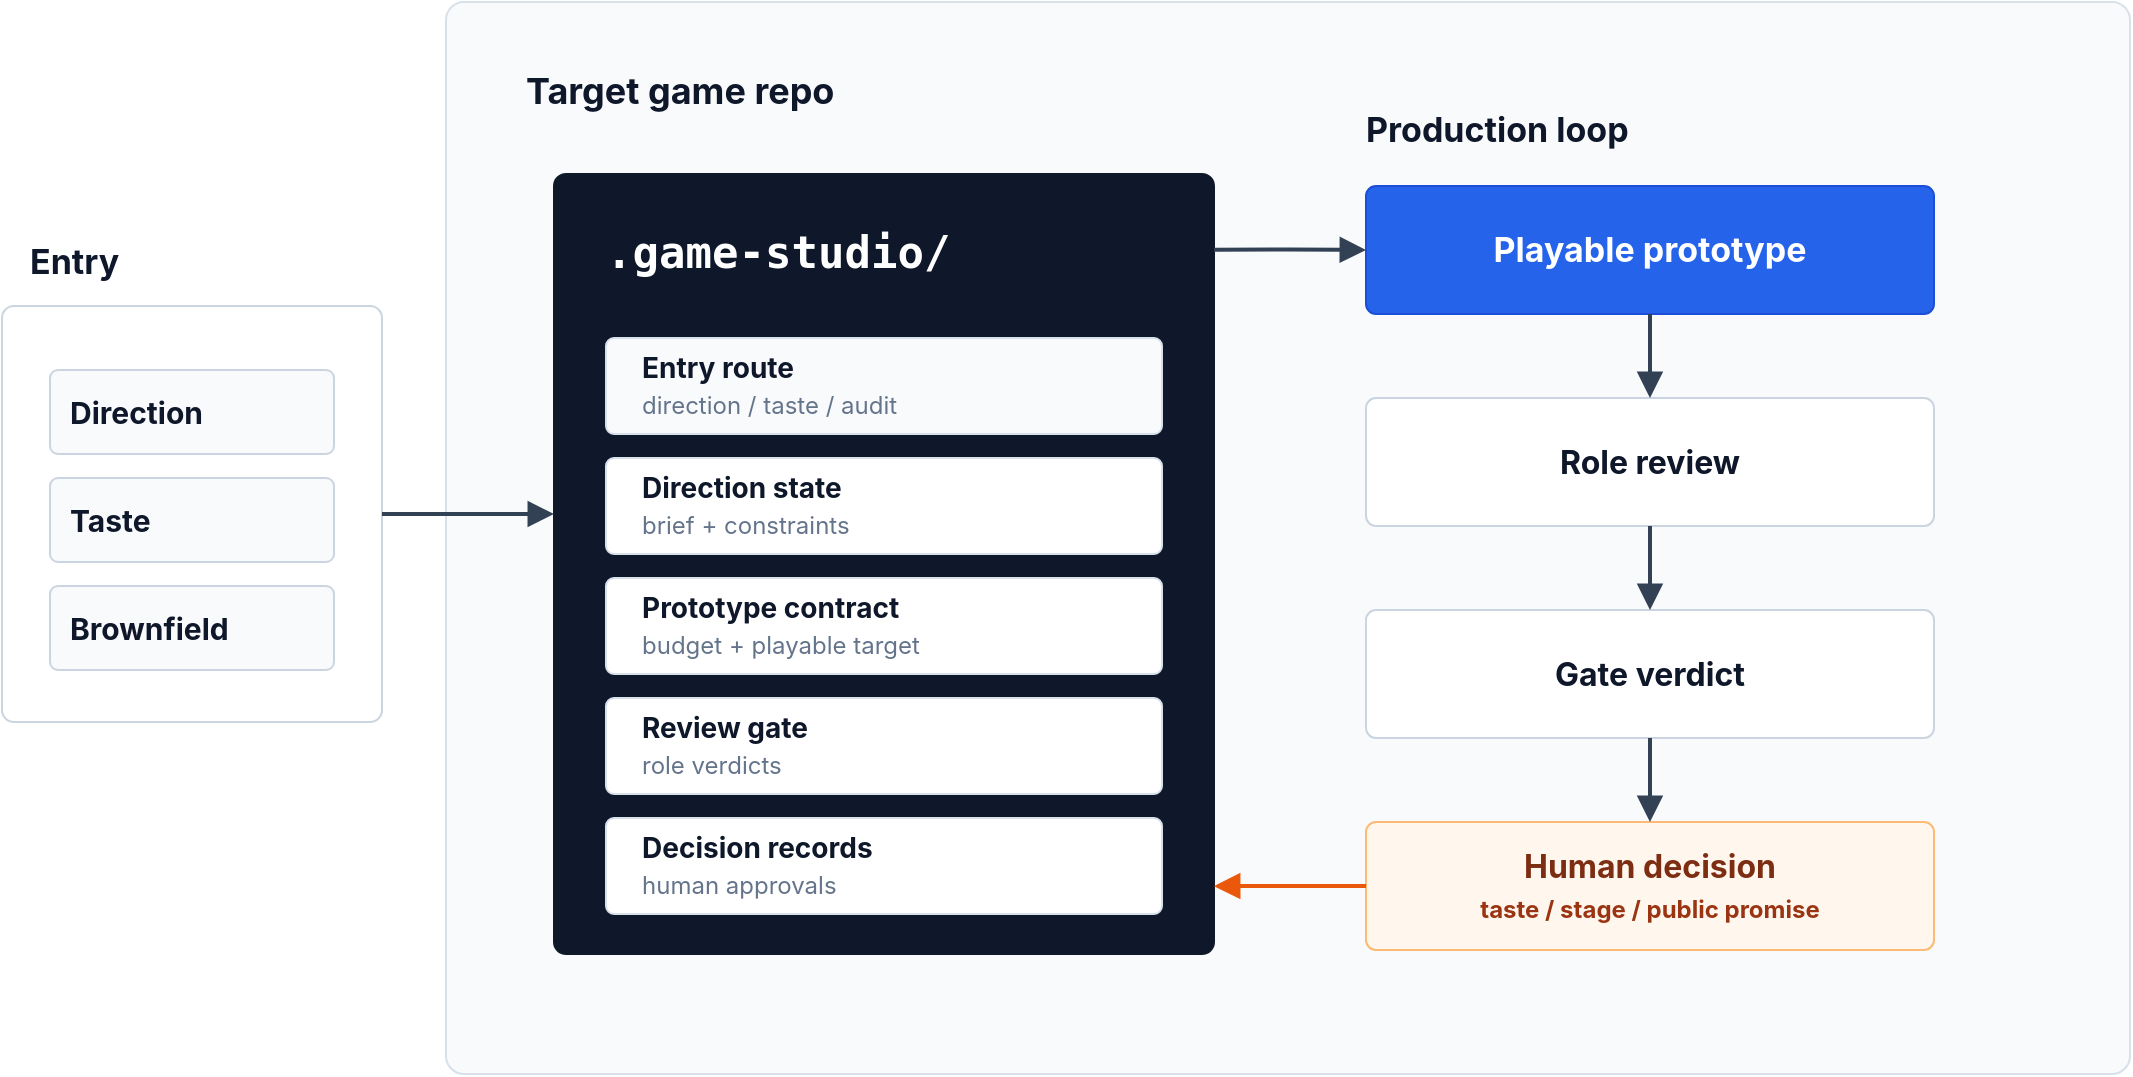
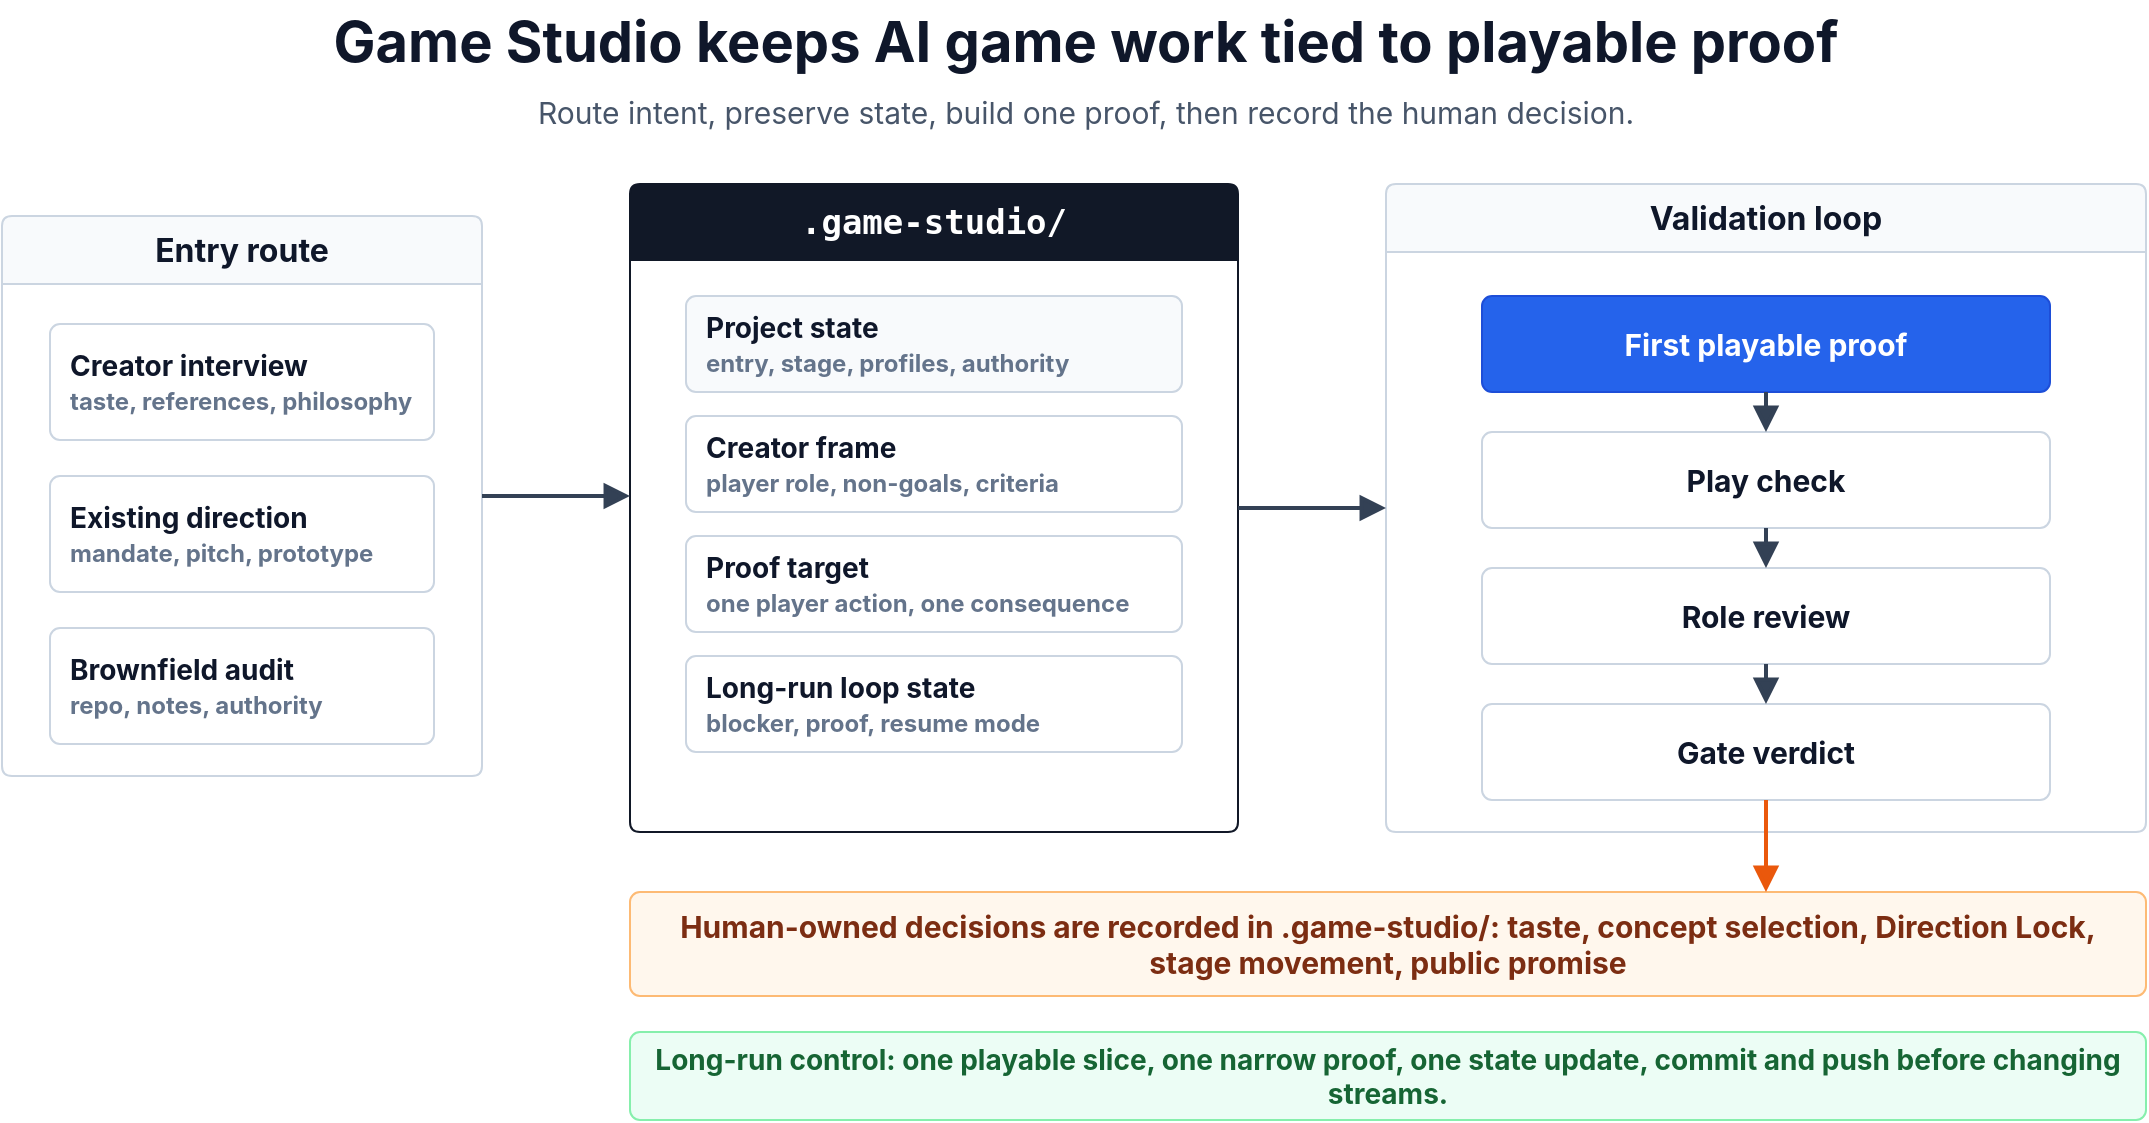
- <mxfile host="app.diagrams.net" modified="2026-05-06T00:00:00.000Z" agent="Codex" version="24.7.17" type="device">
+ <mxfile host="app.diagrams.net" modified="2026-05-18T00:00:00.000Z" agent="Codex" version="24.7.17" type="device">
  <diagram id="readme-game-studio-map" name="README game studio map">
-     <mxGraphModel dx="1200" dy="640" grid="1" gridSize="10" guides="1" tooltips="1" connect="1" arrows="1" fold="1" page="1" pageScale="1" pageWidth="1200" pageHeight="640" background="#FFFFFF" math="0" shadow="0" adaptiveColors="auto">
+     <mxGraphModel dx="1200" dy="620" grid="1" gridSize="10" guides="1" tooltips="1" connect="1" arrows="1" fold="1" page="1" pageScale="1" pageWidth="1200" pageHeight="620" background="#FFFFFF" math="0" shadow="0" adaptiveColors="auto">
      <root>
        <mxCell id="0" />
        <mxCell id="1" parent="0" />
-         <mxCell id="repo-boundary" value="" style="rounded=1;absoluteArcSize=1;arcSize=18;whiteSpace=wrap;html=1;fillColor=#F8FAFC;strokeColor=#D8E0EA;container=1;pointerEvents=0;" vertex="1" parent="1">
-           <mxGeometry x="286" y="58" width="842" height="536" as="geometry" />
+         <mxCell id="title" value="Game Studio keeps AI game work tied to playable proof" style="text;fontFamily=Inter,SF Pro Display,-apple-system,system-ui,Segoe UI,Roboto;strokeColor=none;fillColor=none;align=center;verticalAlign=middle;whiteSpace=wrap;fontSize=28;fontStyle=1;fontColor=#0F172A;spacing=0;html=1;" vertex="1" parent="1">
+           <mxGeometry x="200" y="28" width="800" height="42" as="geometry" />
        </mxCell>
-         <mxCell id="repo-label" value="Target game repo" style="text;fontFamily=Inter,SF Pro Display,-apple-system,system-ui,Segoe UI,Roboto;strokeColor=none;fillColor=none;align=left;verticalAlign=middle;whiteSpace=wrap;rounded=0;fontSize=18;fontStyle=1;fontColor=#0F172A;spacing=0;html=1;" vertex="1" parent="1">
-           <mxGeometry x="326" y="88" width="220" height="28" as="geometry" />
+         <mxCell id="subtitle" value="Route intent, preserve state, build one proof, then record the human decision." style="text;fontFamily=Inter,SF Pro Display,-apple-system,system-ui,Segoe UI,Roboto;strokeColor=none;fillColor=none;align=center;verticalAlign=middle;whiteSpace=wrap;fontSize=15;fontColor=#475569;spacing=0;html=1;" vertex="1" parent="1">
+           <mxGeometry x="270" y="72" width="660" height="24" as="geometry" />
        </mxCell>
-         <mxCell id="entry-label" value="Entry" style="text;fontFamily=Inter,SF Pro Display,-apple-system,system-ui,Segoe UI,Roboto;strokeColor=none;fillColor=none;align=left;verticalAlign=middle;whiteSpace=wrap;rounded=0;fontSize=17;fontStyle=1;fontColor=#0F172A;spacing=0;html=1;" vertex="1" parent="1">
-           <mxGeometry x="78" y="176" width="120" height="24" as="geometry" />
+         <mxCell id="entry-panel" value="Entry route" style="swimlane;startSize=34;rounded=1;absoluteArcSize=1;arcSize=10;whiteSpace=wrap;fontFamily=Inter,SF Pro Display,-apple-system,system-ui,Segoe UI,Roboto;fontSize=16;fontStyle=1;fontColor=#0F172A;fillColor=#F8FAFC;strokeColor=#CBD5E1;html=1;" vertex="1" parent="1">
+           <mxGeometry x="58" y="136" width="240" height="280" as="geometry" />
        </mxCell>
-         <mxCell id="entry-panel" value="" style="rounded=1;absoluteArcSize=1;arcSize=12;whiteSpace=wrap;html=1;fillColor=#FFFFFF;strokeColor=#CBD5E1;container=1;pointerEvents=0;" vertex="1" parent="1">
-           <mxGeometry x="64" y="210" width="190" height="208" as="geometry" />
+         <mxCell id="entry-interview" value="Creator interview&lt;br&gt;&lt;font style=&quot;font-size:12px;color:#64748B;&quot;&gt;taste, references, philosophy&lt;/font&gt;" style="rounded=1;absoluteArcSize=1;arcSize=10;whiteSpace=wrap;fontFamily=Inter,SF Pro Display,-apple-system,system-ui,Segoe UI,Roboto;spacing=10;fillColor=#FFFFFF;strokeColor=#CBD5E1;fontColor=#0F172A;fontSize=14;fontStyle=1;align=left;html=1;" vertex="1" parent="entry-panel">
+           <mxGeometry x="24" y="54" width="192" height="58" as="geometry" />
        </mxCell>
-         <mxCell id="entry-direction" value="Direction" style="rounded=1;absoluteArcSize=1;arcSize=8;whiteSpace=wrap;fontFamily=Inter,SF Pro Display,-apple-system,system-ui,Segoe UI,Roboto;spacing=10;fillColor=#F8FAFC;strokeColor=#CBD5E1;fontColor=#0F172A;fontSize=15;fontStyle=1;align=left;html=1;" vertex="1" parent="1">
-           <mxGeometry x="88" y="242" width="142" height="42" as="geometry" />
+         <mxCell id="entry-direction" value="Existing direction&lt;br&gt;&lt;font style=&quot;font-size:12px;color:#64748B;&quot;&gt;mandate, pitch, prototype&lt;/font&gt;" style="rounded=1;absoluteArcSize=1;arcSize=10;whiteSpace=wrap;fontFamily=Inter,SF Pro Display,-apple-system,system-ui,Segoe UI,Roboto;spacing=10;fillColor=#FFFFFF;strokeColor=#CBD5E1;fontColor=#0F172A;fontSize=14;fontStyle=1;align=left;html=1;" vertex="1" parent="entry-panel">
+           <mxGeometry x="24" y="130" width="192" height="58" as="geometry" />
        </mxCell>
-         <mxCell id="entry-taste" value="Taste" style="rounded=1;absoluteArcSize=1;arcSize=8;whiteSpace=wrap;fontFamily=Inter,SF Pro Display,-apple-system,system-ui,Segoe UI,Roboto;spacing=10;fillColor=#F8FAFC;strokeColor=#CBD5E1;fontColor=#0F172A;fontSize=15;fontStyle=1;align=left;html=1;" vertex="1" parent="1">
-           <mxGeometry x="88" y="296" width="142" height="42" as="geometry" />
+         <mxCell id="entry-brownfield" value="Brownfield audit&lt;br&gt;&lt;font style=&quot;font-size:12px;color:#64748B;&quot;&gt;repo, notes, authority&lt;/font&gt;" style="rounded=1;absoluteArcSize=1;arcSize=10;whiteSpace=wrap;fontFamily=Inter,SF Pro Display,-apple-system,system-ui,Segoe UI,Roboto;spacing=10;fillColor=#FFFFFF;strokeColor=#CBD5E1;fontColor=#0F172A;fontSize=14;fontStyle=1;align=left;html=1;" vertex="1" parent="entry-panel">
+           <mxGeometry x="24" y="206" width="192" height="58" as="geometry" />
        </mxCell>
-         <mxCell id="entry-brownfield" value="Brownfield" style="rounded=1;absoluteArcSize=1;arcSize=8;whiteSpace=wrap;fontFamily=Inter,SF Pro Display,-apple-system,system-ui,Segoe UI,Roboto;spacing=10;fillColor=#F8FAFC;strokeColor=#CBD5E1;fontColor=#0F172A;fontSize=15;fontStyle=1;align=left;html=1;" vertex="1" parent="1">
-           <mxGeometry x="88" y="350" width="142" height="42" as="geometry" />
+         <mxCell id="state-panel" value=".game-studio/" style="swimlane;startSize=38;rounded=1;absoluteArcSize=1;arcSize=10;whiteSpace=wrap;fontFamily=SF Mono,Menlo,Consolas,monospace;fontSize=17;fontStyle=1;fontColor=#FFFFFF;fillColor=#111827;strokeColor=#111827;spacing=10;html=1;" vertex="1" parent="1">
+           <mxGeometry x="372" y="120" width="304" height="324" as="geometry" />
        </mxCell>
-         <mxCell id="studio-state" value="" style="rounded=1;absoluteArcSize=1;arcSize=12;whiteSpace=wrap;html=1;fillColor=#0F172A;strokeColor=#111827;container=1;pointerEvents=0;" vertex="1" parent="1">
-           <mxGeometry x="340" y="144" width="330" height="390" as="geometry" />
+         <mxCell id="state-project" value="Project state&lt;br&gt;&lt;font style=&quot;font-size:12px;color:#64748B;&quot;&gt;entry, stage, profiles, authority&lt;/font&gt;" style="rounded=1;absoluteArcSize=1;arcSize=10;whiteSpace=wrap;fontFamily=Inter,SF Pro Display,-apple-system,system-ui,Segoe UI,Roboto;spacing=10;fillColor=#F8FAFC;strokeColor=#CBD5E1;fontColor=#0F172A;fontSize=14;fontStyle=1;align=left;html=1;" vertex="1" parent="state-panel">
+           <mxGeometry x="28" y="56" width="248" height="48" as="geometry" />
        </mxCell>
-         <mxCell id="studio-state-label" value=".game-studio/" style="text;fontFamily=SF Mono,Menlo,Consolas,monospace;strokeColor=none;fillColor=none;align=left;verticalAlign=middle;whiteSpace=wrap;rounded=0;fontSize=22;fontStyle=1;fontColor=#FFFFFF;spacing=0;html=1;" vertex="1" parent="1">
-           <mxGeometry x="366" y="170" width="240" height="28" as="geometry" />
+         <mxCell id="state-frame" value="Creator frame&lt;br&gt;&lt;font style=&quot;font-size:12px;color:#64748B;&quot;&gt;player role, non-goals, criteria&lt;/font&gt;" style="rounded=1;absoluteArcSize=1;arcSize=10;whiteSpace=wrap;fontFamily=Inter,SF Pro Display,-apple-system,system-ui,Segoe UI,Roboto;spacing=10;fillColor=#FFFFFF;strokeColor=#CBD5E1;fontColor=#0F172A;fontSize=14;fontStyle=1;align=left;html=1;" vertex="1" parent="state-panel">
+           <mxGeometry x="28" y="116" width="248" height="48" as="geometry" />
        </mxCell>
-         <mxCell id="row-entry" value="" style="rounded=1;absoluteArcSize=1;arcSize=8;whiteSpace=wrap;html=1;fillColor=#F8FAFC;strokeColor=#D8E0EA;container=1;pointerEvents=0;" vertex="1" parent="1">
-           <mxGeometry x="366" y="226" width="278" height="48" as="geometry" />
+         <mxCell id="state-proof" value="Proof target&lt;br&gt;&lt;font style=&quot;font-size:12px;color:#64748B;&quot;&gt;one player action, one consequence&lt;/font&gt;" style="rounded=1;absoluteArcSize=1;arcSize=10;whiteSpace=wrap;fontFamily=Inter,SF Pro Display,-apple-system,system-ui,Segoe UI,Roboto;spacing=10;fillColor=#FFFFFF;strokeColor=#CBD5E1;fontColor=#0F172A;fontSize=14;fontStyle=1;align=left;html=1;" vertex="1" parent="state-panel">
+           <mxGeometry x="28" y="176" width="248" height="48" as="geometry" />
        </mxCell>
-         <mxCell id="row-entry-title" value="Entry route" style="text;fontFamily=Inter,SF Pro Display,-apple-system,system-ui,Segoe UI,Roboto;strokeColor=none;fillColor=none;align=left;verticalAlign=middle;whiteSpace=wrap;fontSize=14;fontStyle=1;fontColor=#0F172A;spacing=0;html=1;" vertex="1" parent="1">
-           <mxGeometry x="384" y="232" width="160" height="18" as="geometry" />
+         <mxCell id="state-long-run" value="Long-run loop state&lt;br&gt;&lt;font style=&quot;font-size:12px;color:#64748B;&quot;&gt;blocker, proof, resume mode&lt;/font&gt;" style="rounded=1;absoluteArcSize=1;arcSize=10;whiteSpace=wrap;fontFamily=Inter,SF Pro Display,-apple-system,system-ui,Segoe UI,Roboto;spacing=10;fillColor=#FFFFFF;strokeColor=#CBD5E1;fontColor=#0F172A;fontSize=14;fontStyle=1;align=left;html=1;" vertex="1" parent="state-panel">
+           <mxGeometry x="28" y="236" width="248" height="48" as="geometry" />
        </mxCell>
-         <mxCell id="row-entry-copy" value="direction / taste / audit" style="text;fontFamily=Inter,SF Pro Display,-apple-system,system-ui,Segoe UI,Roboto;strokeColor=none;fillColor=none;align=left;verticalAlign=middle;whiteSpace=wrap;fontSize=12;fontColor=#64748B;spacing=0;html=1;" vertex="1" parent="1">
-           <mxGeometry x="384" y="252" width="220" height="16" as="geometry" />
+         <mxCell id="loop-panel" value="Validation loop" style="swimlane;startSize=34;rounded=1;absoluteArcSize=1;arcSize=10;whiteSpace=wrap;fontFamily=Inter,SF Pro Display,-apple-system,system-ui,Segoe UI,Roboto;fontSize=16;fontStyle=1;fontColor=#0F172A;fillColor=#F8FAFC;strokeColor=#CBD5E1;spacing=10;html=1;" vertex="1" parent="1">
+           <mxGeometry x="750" y="120" width="380" height="324" as="geometry" />
        </mxCell>
-         <mxCell id="row-direction" value="" style="rounded=1;absoluteArcSize=1;arcSize=8;whiteSpace=wrap;html=1;fillColor=#FFFFFF;strokeColor=#D8E0EA;container=1;pointerEvents=0;" vertex="1" parent="1">
-           <mxGeometry x="366" y="286" width="278" height="48" as="geometry" />
+         <mxCell id="first-proof" value="First playable proof" style="rounded=1;absoluteArcSize=1;arcSize=10;whiteSpace=wrap;fontFamily=Inter,SF Pro Display,-apple-system,system-ui,Segoe UI,Roboto;spacing=8;fillColor=#2563EB;strokeColor=#1D4ED8;fontColor=#FFFFFF;fontSize=15;fontStyle=1;align=center;html=1;" vertex="1" parent="loop-panel">
+           <mxGeometry x="48" y="56" width="284" height="48" as="geometry" />
        </mxCell>
-         <mxCell id="row-direction-title" value="Direction state" style="text;fontFamily=Inter,SF Pro Display,-apple-system,system-ui,Segoe UI,Roboto;strokeColor=none;fillColor=none;align=left;verticalAlign=middle;whiteSpace=wrap;fontSize=14;fontStyle=1;fontColor=#0F172A;spacing=0;html=1;" vertex="1" parent="1">
-           <mxGeometry x="384" y="292" width="160" height="18" as="geometry" />
+         <mxCell id="play-check" value="Play check" style="rounded=1;absoluteArcSize=1;arcSize=10;whiteSpace=wrap;fontFamily=Inter,SF Pro Display,-apple-system,system-ui,Segoe UI,Roboto;spacing=8;fillColor=#FFFFFF;strokeColor=#CBD5E1;fontColor=#0F172A;fontSize=15;fontStyle=1;align=center;html=1;" vertex="1" parent="loop-panel">
+           <mxGeometry x="48" y="124" width="284" height="48" as="geometry" />
        </mxCell>
-         <mxCell id="row-direction-copy" value="brief + constraints" style="text;fontFamily=Inter,SF Pro Display,-apple-system,system-ui,Segoe UI,Roboto;strokeColor=none;fillColor=none;align=left;verticalAlign=middle;whiteSpace=wrap;fontSize=12;fontColor=#64748B;spacing=0;html=1;" vertex="1" parent="1">
-           <mxGeometry x="384" y="312" width="220" height="16" as="geometry" />
+         <mxCell id="role-review" value="Role review" style="rounded=1;absoluteArcSize=1;arcSize=10;whiteSpace=wrap;fontFamily=Inter,SF Pro Display,-apple-system,system-ui,Segoe UI,Roboto;spacing=8;fillColor=#FFFFFF;strokeColor=#CBD5E1;fontColor=#0F172A;fontSize=15;fontStyle=1;align=center;html=1;" vertex="1" parent="loop-panel">
+           <mxGeometry x="48" y="192" width="284" height="48" as="geometry" />
        </mxCell>
-         <mxCell id="row-prototype" value="" style="rounded=1;absoluteArcSize=1;arcSize=8;whiteSpace=wrap;html=1;fillColor=#FFFFFF;strokeColor=#D8E0EA;container=1;pointerEvents=0;" vertex="1" parent="1">
-           <mxGeometry x="366" y="346" width="278" height="48" as="geometry" />
+         <mxCell id="gate-verdict" value="Gate verdict" style="rounded=1;absoluteArcSize=1;arcSize=10;whiteSpace=wrap;fontFamily=Inter,SF Pro Display,-apple-system,system-ui,Segoe UI,Roboto;spacing=8;fillColor=#FFFFFF;strokeColor=#CBD5E1;fontColor=#0F172A;fontSize=15;fontStyle=1;align=center;html=1;" vertex="1" parent="loop-panel">
+           <mxGeometry x="48" y="260" width="284" height="48" as="geometry" />
        </mxCell>
-         <mxCell id="row-prototype-title" value="Prototype contract" style="text;fontFamily=Inter,SF Pro Display,-apple-system,system-ui,Segoe UI,Roboto;strokeColor=none;fillColor=none;align=left;verticalAlign=middle;whiteSpace=wrap;fontSize=14;fontStyle=1;fontColor=#0F172A;spacing=0;html=1;" vertex="1" parent="1">
-           <mxGeometry x="384" y="352" width="170" height="18" as="geometry" />
+         <mxCell id="decision-strip" value="Human-owned decisions are recorded in .game-studio/: taste, concept selection, Direction Lock, stage movement, public promise" style="rounded=1;absoluteArcSize=1;arcSize=10;whiteSpace=wrap;fontFamily=Inter,SF Pro Display,-apple-system,system-ui,Segoe UI,Roboto;spacing=12;fillColor=#FFF7ED;strokeColor=#FDBA74;fontColor=#7C2D12;fontSize=15;fontStyle=1;align=center;html=1;" vertex="1" parent="1">
+           <mxGeometry x="372" y="474" width="758" height="52" as="geometry" />
        </mxCell>
-         <mxCell id="row-prototype-copy" value="budget + playable target" style="text;fontFamily=Inter,SF Pro Display,-apple-system,system-ui,Segoe UI,Roboto;strokeColor=none;fillColor=none;align=left;verticalAlign=middle;whiteSpace=wrap;fontSize=12;fontColor=#64748B;spacing=0;html=1;" vertex="1" parent="1">
-           <mxGeometry x="384" y="372" width="220" height="16" as="geometry" />
+         <mxCell id="long-run-strip" value="Long-run control: one playable slice, one narrow proof, one state update, commit and push before changing streams." style="rounded=1;absoluteArcSize=1;arcSize=10;whiteSpace=wrap;fontFamily=Inter,SF Pro Display,-apple-system,system-ui,Segoe UI,Roboto;spacing=12;fillColor=#ECFDF5;strokeColor=#86EFAC;fontColor=#166534;fontSize=14;fontStyle=1;align=center;html=1;" vertex="1" parent="1">
+           <mxGeometry x="372" y="544" width="758" height="44" as="geometry" />
        </mxCell>
-         <mxCell id="row-review" value="" style="rounded=1;absoluteArcSize=1;arcSize=8;whiteSpace=wrap;html=1;fillColor=#FFFFFF;strokeColor=#D8E0EA;container=1;pointerEvents=0;" vertex="1" parent="1">
-           <mxGeometry x="366" y="406" width="278" height="48" as="geometry" />
+         <mxCell id="entry-to-state" value="" style="edgeStyle=orthogonalEdgeStyle;rounded=0;orthogonalLoop=1;jettySize=auto;strokeColor=#334155;strokeWidth=2;endArrow=block;endFill=1;endSize=8;html=1;" edge="1" parent="1">
+           <mxGeometry relative="1" as="geometry">
+             <mxPoint x="298" y="276" as="sourcePoint" />
+             <mxPoint x="372" y="276" as="targetPoint" />
+           </mxGeometry>
        </mxCell>
-         <mxCell id="row-review-title" value="Review gate" style="text;fontFamily=Inter,SF Pro Display,-apple-system,system-ui,Segoe UI,Roboto;strokeColor=none;fillColor=none;align=left;verticalAlign=middle;whiteSpace=wrap;fontSize=14;fontStyle=1;fontColor=#0F172A;spacing=0;html=1;" vertex="1" parent="1">
-           <mxGeometry x="384" y="412" width="160" height="18" as="geometry" />
+         <mxCell id="state-to-loop" value="" style="edgeStyle=orthogonalEdgeStyle;rounded=0;orthogonalLoop=1;jettySize=auto;strokeColor=#334155;strokeWidth=2;endArrow=block;endFill=1;endSize=8;html=1;" edge="1" parent="1">
+           <mxGeometry relative="1" as="geometry">
+             <mxPoint x="676" y="282" as="sourcePoint" />
+             <mxPoint x="750" y="282" as="targetPoint" />
+           </mxGeometry>
        </mxCell>
-         <mxCell id="row-review-copy" value="role verdicts" style="text;fontFamily=Inter,SF Pro Display,-apple-system,system-ui,Segoe UI,Roboto;strokeColor=none;fillColor=none;align=left;verticalAlign=middle;whiteSpace=wrap;fontSize=12;fontColor=#64748B;spacing=0;html=1;" vertex="1" parent="1">
-           <mxGeometry x="384" y="432" width="220" height="16" as="geometry" />
+         <mxCell id="proof-to-check" value="" style="edgeStyle=orthogonalEdgeStyle;rounded=0;orthogonalLoop=1;jettySize=auto;strokeColor=#334155;strokeWidth=2;endArrow=block;endFill=1;endSize=8;html=1;" edge="1" parent="1">
+           <mxGeometry relative="1" as="geometry">
+             <mxPoint x="940" y="224" as="sourcePoint" />
+             <mxPoint x="940" y="244" as="targetPoint" />
+           </mxGeometry>
        </mxCell>
-         <mxCell id="row-decision" value="" style="rounded=1;absoluteArcSize=1;arcSize=8;whiteSpace=wrap;html=1;fillColor=#FFFFFF;strokeColor=#D8E0EA;container=1;pointerEvents=0;" vertex="1" parent="1">
-           <mxGeometry x="366" y="466" width="278" height="48" as="geometry" />
+         <mxCell id="check-to-review" value="" style="edgeStyle=orthogonalEdgeStyle;rounded=0;orthogonalLoop=1;jettySize=auto;strokeColor=#334155;strokeWidth=2;endArrow=block;endFill=1;endSize=8;html=1;" edge="1" parent="1">
+           <mxGeometry relative="1" as="geometry">
+             <mxPoint x="940" y="292" as="sourcePoint" />
+             <mxPoint x="940" y="312" as="targetPoint" />
+           </mxGeometry>
        </mxCell>
-         <mxCell id="row-decision-title" value="Decision records" style="text;fontFamily=Inter,SF Pro Display,-apple-system,system-ui,Segoe UI,Roboto;strokeColor=none;fillColor=none;align=left;verticalAlign=middle;whiteSpace=wrap;fontSize=14;fontStyle=1;fontColor=#0F172A;spacing=0;html=1;" vertex="1" parent="1">
-           <mxGeometry x="384" y="472" width="160" height="18" as="geometry" />
+         <mxCell id="review-to-gate" value="" style="edgeStyle=orthogonalEdgeStyle;rounded=0;orthogonalLoop=1;jettySize=auto;strokeColor=#334155;strokeWidth=2;endArrow=block;endFill=1;endSize=8;html=1;" edge="1" parent="1">
+           <mxGeometry relative="1" as="geometry">
+             <mxPoint x="940" y="360" as="sourcePoint" />
+             <mxPoint x="940" y="380" as="targetPoint" />
+           </mxGeometry>
        </mxCell>
-         <mxCell id="row-decision-copy" value="human approvals" style="text;fontFamily=Inter,SF Pro Display,-apple-system,system-ui,Segoe UI,Roboto;strokeColor=none;fillColor=none;align=left;verticalAlign=middle;whiteSpace=wrap;fontSize=12;fontColor=#64748B;spacing=0;html=1;" vertex="1" parent="1">
-           <mxGeometry x="384" y="492" width="220" height="16" as="geometry" />
-         </mxCell>
-         <mxCell id="loop-label" value="Production loop" style="text;fontFamily=Inter,SF Pro Display,-apple-system,system-ui,Segoe UI,Roboto;strokeColor=none;fillColor=none;align=left;verticalAlign=middle;whiteSpace=wrap;rounded=0;fontSize=17;fontStyle=1;fontColor=#0F172A;spacing=0;html=1;" vertex="1" parent="1">
-           <mxGeometry x="746" y="110" width="180" height="24" as="geometry" />
-         </mxCell>
-         <mxCell id="playable-prototype" value="Playable prototype" style="rounded=1;absoluteArcSize=1;arcSize=10;whiteSpace=wrap;fontFamily=Inter,SF Pro Display,-apple-system,system-ui,Segoe UI,Roboto;spacing=12;fillColor=#2563EB;strokeColor=#1D4ED8;fontColor=#FFFFFF;fontSize=17;fontStyle=1;align=center;html=1;" vertex="1" parent="1">
-           <mxGeometry x="746" y="150" width="284" height="64" as="geometry" />
-         </mxCell>
-         <mxCell id="role-review" value="Role review" style="rounded=1;absoluteArcSize=1;arcSize=10;whiteSpace=wrap;fontFamily=Inter,SF Pro Display,-apple-system,system-ui,Segoe UI,Roboto;spacing=12;fillColor=#FFFFFF;strokeColor=#CBD5E1;fontColor=#0F172A;fontSize=16;fontStyle=1;align=center;html=1;" vertex="1" parent="1">
-           <mxGeometry x="746" y="256" width="284" height="64" as="geometry" />
-         </mxCell>
-         <mxCell id="gate-verdict" value="Gate verdict" style="rounded=1;absoluteArcSize=1;arcSize=10;whiteSpace=wrap;fontFamily=Inter,SF Pro Display,-apple-system,system-ui,Segoe UI,Roboto;spacing=12;fillColor=#FFFFFF;strokeColor=#CBD5E1;fontColor=#0F172A;fontSize=16;fontStyle=1;align=center;html=1;" vertex="1" parent="1">
-           <mxGeometry x="746" y="362" width="284" height="64" as="geometry" />
-         </mxCell>
-         <mxCell id="human-decision" value="Human decision&lt;br&gt;&lt;font style=&quot;font-size:12px;color:#9A3412;&quot;&gt;taste / stage / public promise&lt;/font&gt;" style="rounded=1;absoluteArcSize=1;arcSize=10;whiteSpace=wrap;fontFamily=Inter,SF Pro Display,-apple-system,system-ui,Segoe UI,Roboto;spacing=8;fillColor=#FFF7ED;strokeColor=#FDBA74;fontColor=#7C2D12;fontSize=16;fontStyle=1;align=center;html=1;" vertex="1" parent="1">
-           <mxGeometry x="746" y="468" width="284" height="64" as="geometry" />
-         </mxCell>
-         <mxCell id="entry-to-state" value="" style="edgeStyle=orthogonalEdgeStyle;rounded=0;orthogonalLoop=1;jettySize=auto;strokeColor=#334155;strokeWidth=2;endArrow=block;endFill=1;endSize=8;exitX=1;exitY=0.5;entryX=0;entryY=0.436;exitPerimeter=0;entryPerimeter=0;html=1;" edge="1" parent="1" source="entry-panel" target="studio-state">
-           <mxGeometry relative="1" as="geometry" />
-         </mxCell>
-         <mxCell id="state-to-playable" value="" style="edgeStyle=orthogonalEdgeStyle;rounded=0;orthogonalLoop=1;jettySize=auto;strokeColor=#334155;strokeWidth=2;endArrow=block;endFill=1;endSize=8;exitX=1;exitY=0.097;entryX=0;entryY=0.5;exitPerimeter=0;entryPerimeter=0;html=1;" edge="1" parent="1" source="studio-state" target="playable-prototype">
-           <mxGeometry relative="1" as="geometry" />
-         </mxCell>
-         <mxCell id="playable-to-review" value="" style="edgeStyle=orthogonalEdgeStyle;rounded=0;orthogonalLoop=1;jettySize=auto;strokeColor=#334155;strokeWidth=2;endArrow=block;endFill=1;endSize=8;exitX=0.5;exitY=1;entryX=0.5;entryY=0;exitPerimeter=0;entryPerimeter=0;html=1;" edge="1" parent="1" source="playable-prototype" target="role-review">
-           <mxGeometry relative="1" as="geometry" />
-         </mxCell>
-         <mxCell id="review-to-gate" value="" style="edgeStyle=orthogonalEdgeStyle;rounded=0;orthogonalLoop=1;jettySize=auto;strokeColor=#334155;strokeWidth=2;endArrow=block;endFill=1;endSize=8;exitX=0.5;exitY=1;entryX=0.5;entryY=0;exitPerimeter=0;entryPerimeter=0;html=1;" edge="1" parent="1" source="role-review" target="gate-verdict">
-           <mxGeometry relative="1" as="geometry" />
-         </mxCell>
-         <mxCell id="gate-to-human" value="" style="edgeStyle=orthogonalEdgeStyle;rounded=0;orthogonalLoop=1;jettySize=auto;strokeColor=#334155;strokeWidth=2;endArrow=block;endFill=1;endSize=8;exitX=0.5;exitY=1;entryX=0.5;entryY=0;exitPerimeter=0;entryPerimeter=0;html=1;" edge="1" parent="1" source="gate-verdict" target="human-decision">
-           <mxGeometry relative="1" as="geometry" />
-         </mxCell>
-         <mxCell id="human-to-records" value="" style="edgeStyle=orthogonalEdgeStyle;rounded=0;orthogonalLoop=1;jettySize=auto;strokeColor=#EA580C;strokeWidth=2;endArrow=block;endFill=1;endSize=8;exitX=0;exitY=0.5;entryX=1;entryY=0.913;exitPerimeter=0;entryPerimeter=0;html=1;" edge="1" parent="1" source="human-decision" target="studio-state">
-           <mxGeometry relative="1" as="geometry" />
+         <mxCell id="gate-to-decision" value="" style="edgeStyle=orthogonalEdgeStyle;rounded=0;orthogonalLoop=1;jettySize=auto;strokeColor=#EA580C;strokeWidth=2;endArrow=block;endFill=1;endSize=8;html=1;" edge="1" parent="1">
+           <mxGeometry relative="1" as="geometry">
+             <mxPoint x="940" y="428" as="sourcePoint" />
+             <mxPoint x="940" y="474" as="targetPoint" />
+           </mxGeometry>
        </mxCell>
      </root>
    </mxGraphModel>
  </diagram>
</mxfile>
